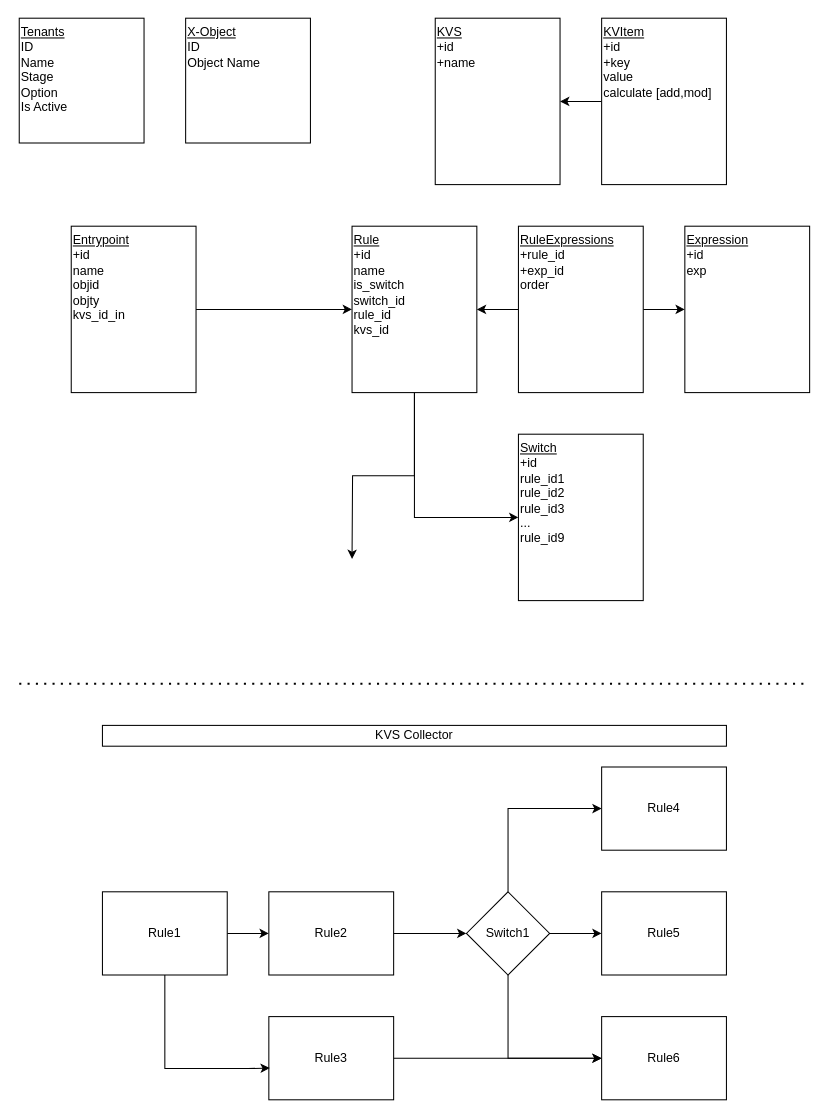
Above: page "Connections" (1 of 2) of NRule.drawio in edervzz/nrules (draw.io), before the change. Source tidied: cells renumbered, new cells numbered last; positions are measured from the earlier drawing's top-left corner, leaving out a move shared by most shapes. Both pictures are drawn from the tidied source at 104%, with x=0, y=0 at pixel (19, 18).
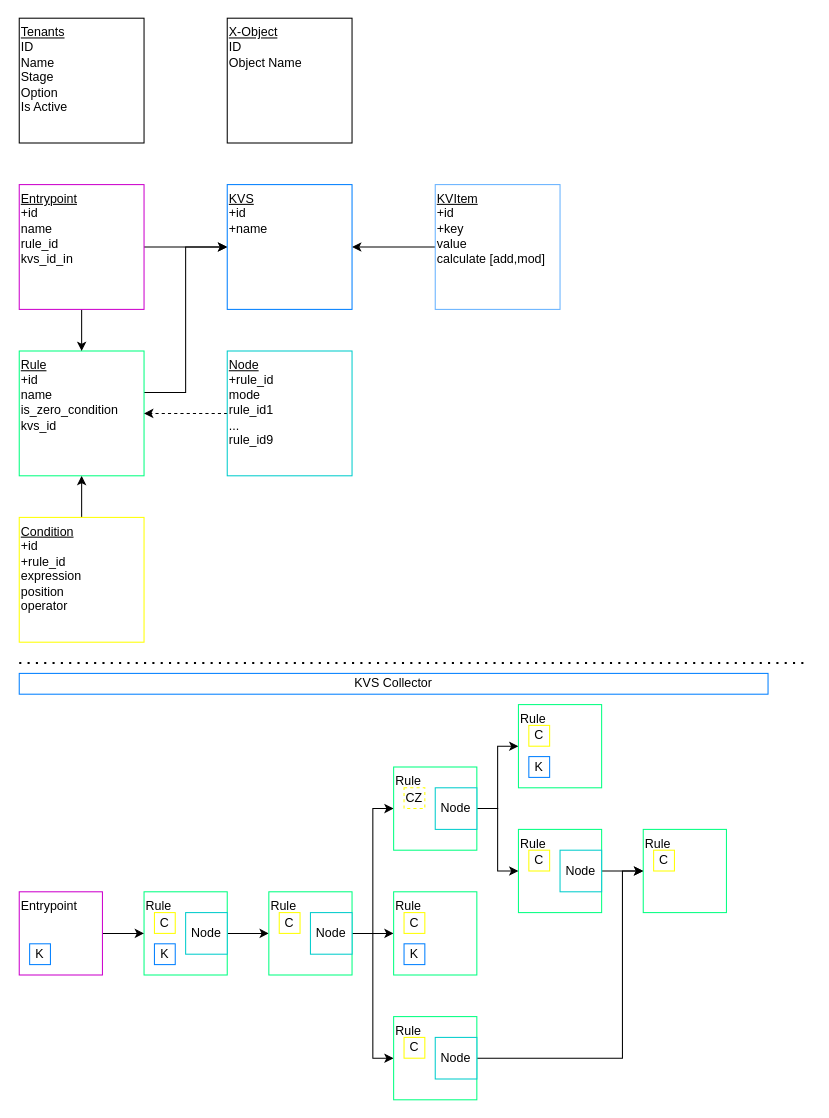
The same diagram, later.

Diff of the diagram source:
```diff
@@
     <mxCell id="2" value="&lt;u&gt;X-Object&lt;/u&gt;&lt;span style=&quot;background-color: initial;&quot;&gt;&lt;br&gt;ID&lt;/span&gt;&lt;br&gt;&lt;span style=&quot;background-color: initial;&quot;&gt;Object Name&lt;/span&gt;" style="rounded=0;whiteSpace=wrap;html=1;align=left;verticalAlign=top;" parent="1" vertex="1">
-      <mxGeometry x="160" width="120" height="120" as="geometry" />
+      <mxGeometry x="200" width="120" height="120" as="geometry" />
     </mxCell>
@@
+    <mxCell id="33" style="edgeStyle=orthogonalEdgeStyle;rounded=0;jettySize=auto;html=1;" parent="1" edge="1" source="4" target="7">
+      <mxGeometry relative="1" as="geometry" />
+    </mxCell>
-    <mxCell id="4" value="&lt;span style=&quot;background-color: initial;&quot;&gt;&lt;u&gt;Expression&lt;/u&gt;&lt;/span&gt;&lt;span style=&quot;background-color: initial;&quot;&gt;&lt;br&gt;&lt;/span&gt;+id&lt;br&gt;&lt;div&gt;&lt;/div&gt;exp" style="rounded=0;whiteSpace=wrap;html=1;align=left;verticalAlign=top;" parent="1" vertex="1">
-      <mxGeometry x="640" y="200" width="120" height="160" as="geometry" />
+    <mxCell id="4" value="&lt;span style=&quot;background-color: initial;&quot;&gt;&lt;u&gt;Condition&lt;/u&gt;&lt;/span&gt;&lt;span style=&quot;background-color: initial;&quot;&gt;&lt;br&gt;&lt;/span&gt;+id&lt;br&gt;+rule_id&lt;br&gt;&lt;div&gt;&lt;/div&gt;expression&lt;br&gt;position&lt;br&gt;operator" style="rounded=0;whiteSpace=wrap;html=1;align=left;verticalAlign=top;strokeColor=#FFFF00;" parent="1" vertex="1">
+      <mxGeometry y="480" width="120" height="120" as="geometry" />
     </mxCell>
-    <mxCell id="5" style="edgeStyle=orthogonalEdgeStyle;rounded=0;jettySize=auto;html=1;entryX=0;entryY=0.5;entryDx=0;entryDy=0;" parent="1" edge="1" source="7" target="8">
-      <mxGeometry relative="1" as="geometry">
-        <Array as="points">
-          <mxPoint x="380" y="480" />
-        </Array>
-      </mxGeometry>
-    </mxCell>
-    <mxCell id="6" style="edgeStyle=orthogonalEdgeStyle;rounded=0;jettySize=auto;html=1;" parent="1" edge="1" source="7">
-      <mxGeometry relative="1" as="geometry">
-        <mxPoint x="320" y="520" as="targetPoint" />
-      </mxGeometry>
-    </mxCell>
+    <mxCell id="34" style="edgeStyle=orthogonalEdgeStyle;rounded=0;jettySize=auto;html=1;entryX=0;entryY=0.5;entryDx=0;entryDy=0;" parent="1" edge="1" source="7" target="28">
+      <mxGeometry relative="1" as="geometry">
+        <Array as="points">
+          <mxPoint x="160" y="360" />
+          <mxPoint x="160" y="220" />
+        </Array>
+      </mxGeometry>
+    </mxCell>
-    <mxCell id="7" value="&lt;span style=&quot;background-color: initial;&quot;&gt;&lt;u&gt;Rule&lt;/u&gt;&lt;/span&gt;&lt;span style=&quot;background-color: initial;&quot;&gt;&lt;br&gt;&lt;/span&gt;+id&lt;br&gt;name&lt;div&gt;is_switch&lt;/div&gt;&lt;div&gt;switch_id&lt;/div&gt;&lt;div&gt;rule_id&lt;br&gt;&lt;div&gt;kvs_id&lt;/div&gt;&lt;/div&gt;" style="rounded=0;whiteSpace=wrap;html=1;align=left;verticalAlign=top;" parent="1" vertex="1">
-      <mxGeometry x="320" y="200" width="120" height="160" as="geometry" />
+    <mxCell id="7" value="&lt;span style=&quot;background-color: initial;&quot;&gt;&lt;u&gt;Rule&lt;/u&gt;&lt;/span&gt;&lt;span style=&quot;background-color: initial;&quot;&gt;&lt;br&gt;&lt;/span&gt;+id&lt;br&gt;name&lt;div&gt;is_zero_condition&lt;br&gt;&lt;div&gt;kvs_id&lt;/div&gt;&lt;/div&gt;" style="rounded=0;whiteSpace=wrap;html=1;align=left;verticalAlign=top;strokeColor=#00FF80;" parent="1" vertex="1">
+      <mxGeometry y="320" width="120" height="120" as="geometry" />
     </mxCell>
+    <mxCell id="35" style="edgeStyle=orthogonalEdgeStyle;rounded=0;jettySize=auto;html=1;dashed=1;" parent="1" edge="1" source="8" target="7">
+      <mxGeometry relative="1" as="geometry" />
+    </mxCell>
-    <mxCell id="8" value="&lt;span style=&quot;background-color: initial;&quot;&gt;&lt;u&gt;Switch&lt;/u&gt;&lt;/span&gt;&lt;span style=&quot;background-color: initial;&quot;&gt;&lt;br&gt;&lt;/span&gt;+id&lt;div&gt;&lt;div&gt;rule_id1&lt;/div&gt;&lt;div&gt;rule_id2&lt;br&gt;&lt;/div&gt;&lt;div&gt;rule_id3&lt;br&gt;&lt;/div&gt;&lt;div&gt;...&lt;/div&gt;&lt;/div&gt;&lt;div&gt;rule_id9&lt;/div&gt;" style="rounded=0;whiteSpace=wrap;html=1;align=left;verticalAlign=top;" parent="1" vertex="1">
-      <mxGeometry x="480" y="400" width="120" height="160" as="geometry" />
+    <mxCell id="8" value="&lt;span style=&quot;background-color: initial;&quot;&gt;&lt;u&gt;Node&lt;/u&gt;&lt;/span&gt;&lt;span style=&quot;background-color: initial;&quot;&gt;&lt;br&gt;&lt;/span&gt;&lt;div&gt;+rule_id&lt;/div&gt;&lt;div&gt;mode&lt;/div&gt;&lt;div&gt;&lt;span style=&quot;background-color: initial;&quot;&gt;rule_id1&lt;/span&gt;&lt;br&gt;&lt;/div&gt;&lt;div&gt;&lt;div&gt;&lt;span style=&quot;background-color: initial;&quot;&gt;...&lt;/span&gt;&lt;/div&gt;&lt;div&gt;rule_id9&lt;/div&gt;&lt;/div&gt;" style="rounded=0;whiteSpace=wrap;html=1;align=left;verticalAlign=top;strokeColor=#00CCCC;" parent="1" vertex="1">
+      <mxGeometry x="200" y="320" width="120" height="120" as="geometry" />
     </mxCell>
-    <mxCell id="9" style="edgeStyle=orthogonalEdgeStyle;rounded=0;jettySize=auto;html=1;" parent="1" edge="1" source="10" target="12">
-      <mxGeometry relative="1" as="geometry" />
-    </mxCell>
-    <mxCell id="10" value="Rule1" style="rounded=0;whiteSpace=wrap;html=1;align=center;verticalAlign=middle;" parent="1" vertex="1">
-      <mxGeometry x="80" y="840" width="120" height="80" as="geometry" />
-    </mxCell>
-    <mxCell id="11" style="edgeStyle=orthogonalEdgeStyle;rounded=0;jettySize=auto;html=1;" parent="1" edge="1" source="12" target="18">
-      <mxGeometry relative="1" as="geometry" />
-    </mxCell>
-    <mxCell id="12" value="Rule2" style="rounded=0;whiteSpace=wrap;html=1;align=center;verticalAlign=middle;" parent="1" vertex="1">
-      <mxGeometry x="240" y="840" width="120" height="80" as="geometry" />
-    </mxCell>
-    <mxCell id="13" style="edgeStyle=orthogonalEdgeStyle;rounded=0;jettySize=auto;html=1;" parent="1" edge="1" source="14" target="21">
-      <mxGeometry relative="1" as="geometry" />
-    </mxCell>
-    <mxCell id="14" value="Rule3" style="rounded=0;whiteSpace=wrap;html=1;align=center;verticalAlign=middle;" parent="1" vertex="1">
-      <mxGeometry x="240" y="960" width="120" height="80" as="geometry" />
-    </mxCell>
-    <mxCell id="15" style="edgeStyle=orthogonalEdgeStyle;rounded=0;jettySize=auto;html=1;entryX=0.008;entryY=0.618;entryDx=0;entryDy=0;entryPerimeter=0;" parent="1" edge="1" source="10" target="14">
-      <mxGeometry relative="1" as="geometry">
-        <Array as="points">
-          <mxPoint x="140" y="1010" />
-          <mxPoint x="220" y="1010" />
-        </Array>
-      </mxGeometry>
-    </mxCell>
-    <mxCell id="16" style="edgeStyle=orthogonalEdgeStyle;rounded=0;jettySize=auto;html=1;" parent="1" edge="1" source="18" target="19">
-      <mxGeometry relative="1" as="geometry" />
-    </mxCell>
-    <mxCell id="17" style="edgeStyle=orthogonalEdgeStyle;rounded=0;jettySize=auto;html=1;entryX=0;entryY=0.5;entryDx=0;entryDy=0;" parent="1" edge="1" source="18" target="20">
-      <mxGeometry relative="1" as="geometry">
-        <Array as="points">
-          <mxPoint x="470" y="760" />
-        </Array>
-      </mxGeometry>
-    </mxCell>
-    <mxCell id="18" value="Switch1" style="rhombus;whiteSpace=wrap;html=1;" parent="1" vertex="1">
-      <mxGeometry x="430" y="840" width="80" height="80" as="geometry" />
-    </mxCell>
-    <mxCell id="19" value="Rule5" style="rounded=0;whiteSpace=wrap;html=1;align=center;verticalAlign=middle;" parent="1" vertex="1">
-      <mxGeometry x="560" y="840" width="120" height="80" as="geometry" />
-    </mxCell>
-    <mxCell id="20" value="Rule4" style="rounded=0;whiteSpace=wrap;html=1;align=center;verticalAlign=middle;" parent="1" vertex="1">
-      <mxGeometry x="560" y="720" width="120" height="80" as="geometry" />
-    </mxCell>
-    <mxCell id="21" value="Rule6" style="rounded=0;whiteSpace=wrap;html=1;align=center;verticalAlign=middle;" parent="1" vertex="1">
-      <mxGeometry x="560" y="960" width="120" height="80" as="geometry" />
-    </mxCell>
-    <mxCell id="22" style="edgeStyle=orthogonalEdgeStyle;rounded=0;jettySize=auto;html=1;entryX=0;entryY=0.5;entryDx=0;entryDy=0;" parent="1" edge="1" source="18" target="21">
-      <mxGeometry relative="1" as="geometry">
-        <Array as="points">
-          <mxPoint x="470" y="1000" />
-        </Array>
-      </mxGeometry>
-    </mxCell>
-    <mxCell id="23" style="edgeStyle=orthogonalEdgeStyle;html=1;" parent="1" edge="1" source="24" target="7">
+    <mxCell id="23" style="edgeStyle=orthogonalEdgeStyle;rounded=0;jettySize=auto;html=1;" parent="1" edge="1" source="24" target="7">
       <mxGeometry relative="1" as="geometry" />
     </mxCell>
+    <mxCell id="36" style="edgeStyle=orthogonalEdgeStyle;rounded=0;jettySize=auto;html=1;" parent="1" edge="1" source="24" target="28">
+      <mxGeometry relative="1" as="geometry" />
+    </mxCell>
-    <mxCell id="24" value="&lt;span style=&quot;background-color: initial;&quot;&gt;&lt;u&gt;Entrypoint&lt;/u&gt;&lt;/span&gt;&lt;span style=&quot;background-color: initial;&quot;&gt;&lt;br&gt;&lt;/span&gt;+id&lt;div&gt;name&lt;br&gt;&lt;div&gt;objid&lt;/div&gt;&lt;/div&gt;&lt;div&gt;objty&lt;/div&gt;&lt;div&gt;kvs_id_in&lt;/div&gt;" style="rounded=0;whiteSpace=wrap;html=1;align=left;verticalAlign=top;" parent="1" vertex="1">
-      <mxGeometry x="50" y="200" width="120" height="160" as="geometry" />
+    <mxCell id="24" value="&lt;span style=&quot;background-color: initial;&quot;&gt;&lt;u&gt;Entrypoint&lt;/u&gt;&lt;/span&gt;&lt;span style=&quot;background-color: initial;&quot;&gt;&lt;br&gt;&lt;/span&gt;+id&lt;div&gt;name&lt;br&gt;&lt;div&gt;rule_id&lt;/div&gt;&lt;/div&gt;&lt;div&gt;kvs_id_in&lt;/div&gt;" style="rounded=0;whiteSpace=wrap;html=1;align=left;verticalAlign=top;strokeColor=#CC00CC;" parent="1" vertex="1">
+      <mxGeometry y="160" width="120" height="120" as="geometry" />
     </mxCell>
@@
-    <mxCell id="26" value="&lt;div&gt;&lt;span style=&quot;background-color: initial;&quot;&gt;&lt;u&gt;KVItem&lt;/u&gt;&lt;/span&gt;&lt;/div&gt;&lt;span style=&quot;background-color: initial;&quot;&gt;&lt;div&gt;&lt;span style=&quot;background-color: initial;&quot;&gt;+id&lt;/span&gt;&lt;/div&gt;&lt;/span&gt;&lt;span style=&quot;background-color: initial;&quot;&gt;+key&lt;/span&gt;&lt;div&gt;&lt;span style=&quot;background-color: initial;&quot;&gt;value&lt;/span&gt;&lt;/div&gt;&lt;div&gt;calculate [add,mod]&lt;/div&gt;" style="rounded=0;whiteSpace=wrap;html=1;align=left;verticalAlign=top;" parent="1" vertex="1">
-      <mxGeometry x="560" width="120" height="160" as="geometry" />
+    <mxCell id="26" value="&lt;div&gt;&lt;span style=&quot;background-color: initial;&quot;&gt;&lt;u&gt;KVItem&lt;/u&gt;&lt;/span&gt;&lt;/div&gt;&lt;span style=&quot;background-color: initial;&quot;&gt;&lt;div&gt;&lt;span style=&quot;background-color: initial;&quot;&gt;+id&lt;/span&gt;&lt;/div&gt;&lt;/span&gt;&lt;span style=&quot;background-color: initial;&quot;&gt;+key&lt;/span&gt;&lt;div&gt;&lt;span style=&quot;background-color: initial;&quot;&gt;value&lt;/span&gt;&lt;/div&gt;&lt;div&gt;calculate [add,mod]&lt;/div&gt;" style="rounded=0;whiteSpace=wrap;html=1;align=left;verticalAlign=top;strokeColor=#66B2FF;" parent="1" vertex="1">
+      <mxGeometry x="400" y="160" width="120" height="120" as="geometry" />
     </mxCell>
-    <mxCell id="27" value="KVS Collector" style="rounded=0;whiteSpace=wrap;html=1;" parent="1" vertex="1">
-      <mxGeometry x="80" y="680" width="600" height="20" as="geometry" />
+    <mxCell id="27" value="KVS Collector" style="rounded=0;whiteSpace=wrap;html=1;strokeColor=#007FFF;" parent="1" vertex="1">
+      <mxGeometry y="630" width="720" height="20" as="geometry" />
     </mxCell>
-    <mxCell id="28" value="&lt;div&gt;&lt;span style=&quot;background-color: initial;&quot;&gt;&lt;u&gt;KVS&lt;/u&gt;&lt;/span&gt;&lt;/div&gt;&lt;span style=&quot;background-color: initial;&quot;&gt;&lt;div&gt;&lt;span style=&quot;background-color: initial;&quot;&gt;+id&lt;/span&gt;&lt;/div&gt;&lt;/span&gt;&lt;span style=&quot;background-color: initial;&quot;&gt;+name&lt;/span&gt;" style="rounded=0;whiteSpace=wrap;html=1;align=left;verticalAlign=top;" parent="1" vertex="1">
-      <mxGeometry x="400" width="120" height="160" as="geometry" />
+    <mxCell id="28" value="&lt;div&gt;&lt;span style=&quot;background-color: initial;&quot;&gt;&lt;u&gt;KVS&lt;/u&gt;&lt;/span&gt;&lt;/div&gt;&lt;span style=&quot;background-color: initial;&quot;&gt;&lt;div&gt;&lt;span style=&quot;background-color: initial;&quot;&gt;+id&lt;/span&gt;&lt;/div&gt;&lt;/span&gt;&lt;span style=&quot;background-color: initial;&quot;&gt;+name&lt;/span&gt;" style="rounded=0;whiteSpace=wrap;html=1;align=left;verticalAlign=top;strokeColor=#007FFF;" parent="1" vertex="1">
+      <mxGeometry x="200" y="160" width="120" height="120" as="geometry" />
     </mxCell>
     <mxCell id="29" style="endArrow=none;dashed=1;html=1;dashPattern=1 3;strokeWidth=2;rounded=0;" parent="1" edge="1">
       <mxGeometry relative="1" as="geometry">
-        <mxPoint y="640" as="sourcePoint" />
-        <mxPoint x="760" y="640" as="targetPoint" />
+        <mxPoint y="620" as="sourcePoint" />
+        <mxPoint x="760" y="620" as="targetPoint" />
       </mxGeometry>
     </mxCell>
-    <mxCell id="30" style="edgeStyle=orthogonalEdgeStyle;rounded=0;jettySize=auto;html=1;" parent="1" edge="1" source="32" target="7">
-      <mxGeometry relative="1" as="geometry" />
-    </mxCell>
-    <mxCell id="31" style="edgeStyle=orthogonalEdgeStyle;rounded=0;jettySize=auto;html=1;" parent="1" edge="1" source="32" target="4">
-      <mxGeometry relative="1" as="geometry" />
-    </mxCell>
-    <mxCell id="32" value="&lt;span style=&quot;background-color: initial;&quot;&gt;&lt;u&gt;RuleExpressions&lt;/u&gt;&lt;/span&gt;&lt;span style=&quot;background-color: initial;&quot;&gt;&lt;br&gt;&lt;/span&gt;+rule_id&lt;div&gt;+exp_id&lt;br&gt;order&lt;/div&gt;" style="rounded=0;whiteSpace=wrap;html=1;align=left;verticalAlign=top;" parent="1" vertex="1">
-      <mxGeometry x="480" y="200" width="120" height="160" as="geometry" />
-    </mxCell>
+    <mxCell id="37" style="edgeStyle=orthogonalEdgeStyle;rounded=0;jettySize=auto;html=1;" parent="1" edge="1" source="38" target="42">
+      <mxGeometry relative="1" as="geometry" />
+    </mxCell>
+    <mxCell id="38" value="&lt;span&gt;Rule&lt;/span&gt;" style="rounded=0;whiteSpace=wrap;html=1;align=left;verticalAlign=top;strokeColor=#00FF80;fontStyle=0;" parent="1" vertex="1">
+      <mxGeometry x="120" y="840" width="80" height="80" as="geometry" />
+    </mxCell>
+    <mxCell id="39" style="edgeStyle=orthogonalEdgeStyle;rounded=0;jettySize=auto;html=1;" parent="1" edge="1" source="42" target="45">
+      <mxGeometry relative="1" as="geometry" />
+    </mxCell>
+    <mxCell id="40" style="edgeStyle=orthogonalEdgeStyle;rounded=0;jettySize=auto;html=1;entryX=0;entryY=0.5;entryDx=0;entryDy=0;" parent="1" edge="1" source="42" target="48">
+      <mxGeometry relative="1" as="geometry" />
+    </mxCell>
+    <mxCell id="41" style="edgeStyle=orthogonalEdgeStyle;rounded=0;jettySize=auto;html=1;entryX=0;entryY=0.5;entryDx=0;entryDy=0;" parent="1" edge="1" source="42" target="56">
+      <mxGeometry relative="1" as="geometry" />
+    </mxCell>
+    <mxCell id="42" value="&lt;span&gt;Rule&lt;/span&gt;" style="rounded=0;whiteSpace=wrap;html=1;align=left;verticalAlign=top;strokeColor=#00FF80;fontStyle=0;" parent="1" vertex="1">
+      <mxGeometry x="240" y="840" width="80" height="80" as="geometry" />
+    </mxCell>
+    <mxCell id="43" value="Node" style="rounded=0;whiteSpace=wrap;html=1;align=center;verticalAlign=middle;strokeColor=#00CCCC;" parent="1" vertex="1">
+      <mxGeometry x="160" y="860" width="40" height="40" as="geometry" />
+    </mxCell>
+    <mxCell id="44" value="Node" style="rounded=0;whiteSpace=wrap;html=1;align=center;verticalAlign=middle;strokeColor=#00CCCC;" parent="1" vertex="1">
+      <mxGeometry x="280" y="860" width="40" height="40" as="geometry" />
+    </mxCell>
+    <mxCell id="45" value="&lt;span&gt;Rule&lt;/span&gt;" style="rounded=0;whiteSpace=wrap;html=1;align=left;verticalAlign=top;strokeColor=#00FF80;fontStyle=0;" parent="1" vertex="1">
+      <mxGeometry x="360" y="840" width="80" height="80" as="geometry" />
+    </mxCell>
+    <mxCell id="46" style="edgeStyle=orthogonalEdgeStyle;rounded=0;jettySize=auto;html=1;" parent="1" edge="1" source="48" target="49">
+      <mxGeometry relative="1" as="geometry" />
+    </mxCell>
+    <mxCell id="47" style="edgeStyle=orthogonalEdgeStyle;rounded=0;jettySize=auto;html=1;" parent="1" edge="1" source="48" target="51">
+      <mxGeometry relative="1" as="geometry" />
+    </mxCell>
+    <mxCell id="48" value="&lt;span&gt;Rule&lt;/span&gt;" style="rounded=0;whiteSpace=wrap;html=1;align=left;verticalAlign=top;strokeColor=#00FF80;fontStyle=0;" parent="1" vertex="1">
+      <mxGeometry x="360" y="720" width="80" height="80" as="geometry" />
+    </mxCell>
+    <mxCell id="49" value="&lt;span&gt;Rule&lt;/span&gt;" style="rounded=0;whiteSpace=wrap;html=1;align=left;verticalAlign=top;strokeColor=#00FF80;fontStyle=0;" parent="1" vertex="1">
+      <mxGeometry x="480" y="660" width="80" height="80" as="geometry" />
+    </mxCell>
+    <mxCell id="50" style="edgeStyle=orthogonalEdgeStyle;rounded=0;jettySize=auto;html=1;" parent="1" edge="1" source="51" target="52">
+      <mxGeometry relative="1" as="geometry" />
+    </mxCell>
+    <mxCell id="51" value="&lt;span&gt;Rule&lt;/span&gt;" style="rounded=0;whiteSpace=wrap;html=1;align=left;verticalAlign=top;strokeColor=#00FF80;fontStyle=0;" parent="1" vertex="1">
+      <mxGeometry x="480" y="780" width="80" height="80" as="geometry" />
+    </mxCell>
+    <mxCell id="52" value="&lt;span&gt;Rule&lt;/span&gt;" style="rounded=0;whiteSpace=wrap;html=1;align=left;verticalAlign=top;strokeColor=#00FF80;fontStyle=0;" parent="1" vertex="1">
+      <mxGeometry x="600" y="780" width="80" height="80" as="geometry" />
+    </mxCell>
+    <mxCell id="53" value="Node" style="rounded=0;whiteSpace=wrap;html=1;align=center;verticalAlign=middle;strokeColor=#00CCCC;" parent="1" vertex="1">
+      <mxGeometry x="400" y="740" width="40" height="40" as="geometry" />
+    </mxCell>
+    <mxCell id="54" value="Node" style="rounded=0;whiteSpace=wrap;html=1;align=center;verticalAlign=middle;strokeColor=#00CCCC;" parent="1" vertex="1">
+      <mxGeometry x="520" y="800" width="40" height="40" as="geometry" />
+    </mxCell>
+    <mxCell id="55" style="edgeStyle=orthogonalEdgeStyle;rounded=0;jettySize=auto;html=1;" parent="1" edge="1" source="56" target="52">
+      <mxGeometry relative="1" as="geometry">
+        <Array as="points">
+          <mxPoint x="580" y="1000" />
+          <mxPoint x="580" y="820" />
+        </Array>
+      </mxGeometry>
+    </mxCell>
+    <mxCell id="56" value="&lt;span&gt;Rule&lt;/span&gt;" style="rounded=0;whiteSpace=wrap;html=1;align=left;verticalAlign=top;strokeColor=#00FF80;fontStyle=0;" parent="1" vertex="1">
+      <mxGeometry x="360" y="960" width="80" height="80" as="geometry" />
+    </mxCell>
+    <mxCell id="57" value="Node" style="rounded=0;whiteSpace=wrap;html=1;align=center;verticalAlign=middle;strokeColor=#00CCCC;" parent="1" vertex="1">
+      <mxGeometry x="400" y="980" width="40" height="40" as="geometry" />
+    </mxCell>
+    <mxCell id="58" value="&lt;span&gt;C&lt;/span&gt;" style="rounded=0;whiteSpace=wrap;html=1;align=center;verticalAlign=middle;strokeColor=#FFFF00;fontStyle=0;" parent="1" vertex="1">
+      <mxGeometry x="130" y="860" width="20" height="20" as="geometry" />
+    </mxCell>
+    <mxCell id="59" value="&lt;span&gt;C&lt;/span&gt;" style="rounded=0;whiteSpace=wrap;html=1;align=center;verticalAlign=middle;strokeColor=#FFFF00;fontStyle=0;" parent="1" vertex="1">
+      <mxGeometry x="250" y="860" width="20" height="20" as="geometry" />
+    </mxCell>
+    <mxCell id="60" value="&lt;span&gt;CZ&lt;/span&gt;" style="rounded=0;whiteSpace=wrap;html=1;align=center;verticalAlign=middle;strokeColor=#FFFF00;fontStyle=0;dashed=1;" parent="1" vertex="1">
+      <mxGeometry x="370" y="740" width="20" height="20" as="geometry" />
+    </mxCell>
+    <mxCell id="61" value="&lt;span&gt;C&lt;/span&gt;" style="rounded=0;whiteSpace=wrap;html=1;align=center;verticalAlign=middle;strokeColor=#FFFF00;fontStyle=0;" parent="1" vertex="1">
+      <mxGeometry x="370" y="860" width="20" height="20" as="geometry" />
+    </mxCell>
+    <mxCell id="62" value="&lt;span&gt;C&lt;/span&gt;" style="rounded=0;whiteSpace=wrap;html=1;align=center;verticalAlign=middle;strokeColor=#FFFF00;fontStyle=0;" parent="1" vertex="1">
+      <mxGeometry x="490" y="680" width="20" height="20" as="geometry" />
+    </mxCell>
+    <mxCell id="63" value="&lt;span&gt;C&lt;/span&gt;" style="rounded=0;whiteSpace=wrap;html=1;align=center;verticalAlign=middle;strokeColor=#FFFF00;fontStyle=0;" parent="1" vertex="1">
+      <mxGeometry x="490" y="800" width="20" height="20" as="geometry" />
+    </mxCell>
+    <mxCell id="64" value="&lt;span&gt;C&lt;/span&gt;" style="rounded=0;whiteSpace=wrap;html=1;align=center;verticalAlign=middle;strokeColor=#FFFF00;fontStyle=0;" parent="1" vertex="1">
+      <mxGeometry x="610" y="800" width="20" height="20" as="geometry" />
+    </mxCell>
+    <mxCell id="65" value="&lt;span&gt;C&lt;/span&gt;" style="rounded=0;whiteSpace=wrap;html=1;align=center;verticalAlign=middle;strokeColor=#FFFF00;fontStyle=0;" parent="1" vertex="1">
+      <mxGeometry x="370" y="980" width="20" height="20" as="geometry" />
+    </mxCell>
+    <mxCell id="66" value="&lt;div&gt;&lt;span&gt;K&lt;/span&gt;&lt;/div&gt;" style="rounded=0;whiteSpace=wrap;html=1;align=center;verticalAlign=middle;strokeColor=#007FFF;fontStyle=0;" parent="1" vertex="1">
+      <mxGeometry x="130" y="890" width="20" height="20" as="geometry" />
+    </mxCell>
+    <mxCell id="67" value="&lt;div&gt;&lt;span&gt;K&lt;/span&gt;&lt;/div&gt;" style="rounded=0;whiteSpace=wrap;html=1;align=center;verticalAlign=middle;strokeColor=#007FFF;fontStyle=0;" parent="1" vertex="1">
+      <mxGeometry x="370" y="890" width="20" height="20" as="geometry" />
+    </mxCell>
+    <mxCell id="68" value="&lt;div&gt;&lt;span&gt;K&lt;/span&gt;&lt;/div&gt;" style="rounded=0;whiteSpace=wrap;html=1;align=center;verticalAlign=middle;strokeColor=#007FFF;fontStyle=0;" parent="1" vertex="1">
+      <mxGeometry x="490" y="710" width="20" height="20" as="geometry" />
+    </mxCell>
+    <mxCell id="69" style="edgeStyle=orthogonalEdgeStyle;rounded=0;jettySize=auto;html=1;" parent="1" edge="1" source="70" target="38">
+      <mxGeometry relative="1" as="geometry" />
+    </mxCell>
+    <mxCell id="70" value="&lt;span&gt;Entrypoint&lt;/span&gt;" style="rounded=0;whiteSpace=wrap;html=1;align=left;verticalAlign=top;strokeColor=#CC00CC;fontStyle=0;" parent="1" vertex="1">
+      <mxGeometry y="840" width="80" height="80" as="geometry" />
+    </mxCell>
+    <mxCell id="71" value="&lt;div&gt;&lt;span&gt;K&lt;/span&gt;&lt;/div&gt;" style="rounded=0;whiteSpace=wrap;html=1;align=center;verticalAlign=middle;strokeColor=#007FFF;fontStyle=0;" parent="1" vertex="1">
+      <mxGeometry x="10" y="890" width="20" height="20" as="geometry" />
+    </mxCell>
```
